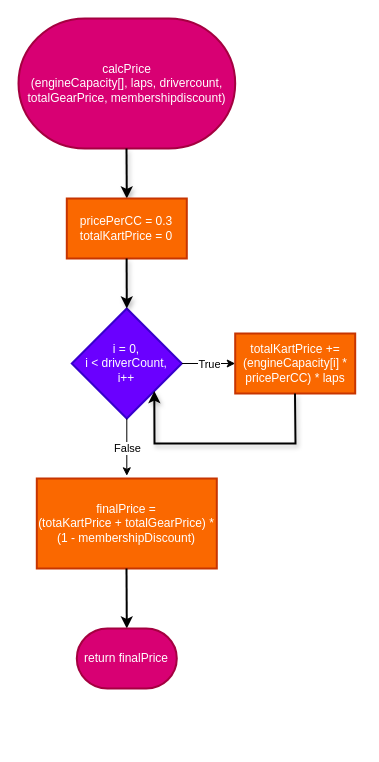
Earlier version of the draw.io diagram Flowcharts (draw.io)/22. calculatePrice.drawio (shahxvi/csc126-group-project). Source tidied: cells renumbered, new cells numbered last; positions are measured from the earlier drawing's top-left corner, leaving out a move shared by most shapes. Both pictures are drawn from the tidied source at 100%, with x=0, y=0 at pixel (18, 18).
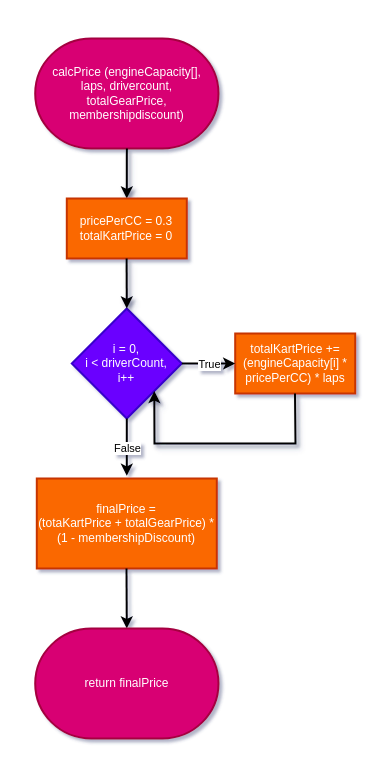
After the change.

The edit, as a diff of the source:
```diff
@@
-<mxGraphModel>
+<mxGraphModel shadow="1">
   <root>
     <mxCell id="0" />
     <mxCell id="1" parent="0" />
-    <mxCell id="2" value="calcPrice&lt;br&gt;(engineCapacity[], laps, drivercount, totalGearPrice, membershipdiscount)" style="strokeWidth=2;html=1;shape=mxgraph.flowchart.terminator;whiteSpace=wrap;fillColor=#d80073;fontColor=#ffffff;strokeColor=#A50040;" parent="1" vertex="1">
-      <mxGeometry width="216.7" height="130" as="geometry" />
+    <mxCell id="2" value="calcPrice (engineCapacity[],&lt;br&gt;laps, drivercount,&lt;br&gt;totalGearPrice, membershipdiscount)" style="strokeWidth=2;html=1;shape=mxgraph.flowchart.terminator;whiteSpace=wrap;fillColor=#d80073;fontColor=#ffffff;strokeColor=#A50040;" parent="1" vertex="1">
+      <mxGeometry x="16.7" y="20" width="183.3" height="110" as="geometry" />
     </mxCell>
-    <mxCell id="3" style="edgeStyle=none;html=1;strokeWidth=2;shadow=1;entryX=0.5;entryY=0;entryDx=0;entryDy=0;" parent="1" edge="1" target="6">
-      <mxGeometry relative="1" as="geometry">
-        <mxPoint x="108" y="130" as="sourcePoint" />
-      </mxGeometry>
+    <mxCell id="3" style="edgeStyle=none;html=1;strokeWidth=2;shadow=1;entryX=0.5;entryY=0;entryDx=0;entryDy=0;exitX=0.5;exitY=1;exitDx=0;exitDy=0;exitPerimeter=0;" parent="1" edge="1" source="2" target="6">
+      <mxGeometry relative="1" as="geometry" />
     </mxCell>
     <mxCell id="4" value="totalKartPrice += (engineCapacity[i] * pricePerCC) * laps" style="whiteSpace=wrap;html=1;strokeWidth=2;fillColor=#fa6800;fontColor=#FFFFFF;strokeColor=#C73500;" parent="1" vertex="1">
       <mxGeometry x="216.7" y="315" width="120" height="60" as="geometry" />
     </mxCell>
     <mxCell id="5" value="i = 0,&lt;br&gt;i &amp;lt; driverCount,&lt;br&gt;i++" style="rhombus;whiteSpace=wrap;html=1;strokeWidth=2;fillColor=#6a00ff;fontColor=#ffffff;strokeColor=#3700CC;" parent="1" vertex="1">
       <mxGeometry x="53.3" y="290" width="110" height="110" as="geometry" />
     </mxCell>
     <mxCell id="6" value="pricePerCC = 0.3&lt;br&gt;totalKartPrice = 0" style="whiteSpace=wrap;html=1;strokeWidth=2;fillColor=#fa6800;fontColor=#FFFFFF;strokeColor=#C73500;" parent="1" vertex="1">
       <mxGeometry x="48.3" y="180" width="120" height="60" as="geometry" />
     </mxCell>
     <mxCell id="7" style="edgeStyle=none;html=1;strokeWidth=2;shadow=1;entryX=0.5;entryY=0;entryDx=0;entryDy=0;" parent="1" edge="1" target="5">
       <mxGeometry relative="1" as="geometry">
         <mxPoint x="108.1" y="240" as="sourcePoint" />
       </mxGeometry>
     </mxCell>
     <mxCell id="8" value="finalPrice =&lt;br&gt;(totaKartPrice + totalGearPrice) *&lt;br&gt;(1 - membershipDiscount)" style="whiteSpace=wrap;html=1;strokeWidth=2;fillColor=#fa6800;fontColor=#FFFFFF;strokeColor=#C73500;" parent="1" vertex="1">
       <mxGeometry x="18.3" y="460" width="180" height="90" as="geometry" />
     </mxCell>
-    <mxCell id="9" style="edgeStyle=none;html=1;strokeWidth=2;entryX=0.5;entryY=0;entryDx=0;entryDy=0;entryPerimeter=0;" parent="1" edge="1" target="10">
+    <mxCell id="9" style="edgeStyle=none;html=1;strokeWidth=2;entryX=0.5;entryY=0;entryDx=0;entryDy=0;entryPerimeter=0;" parent="1" edge="1">
       <mxGeometry relative="1" as="geometry">
         <mxPoint x="108" y="550" as="sourcePoint" />
+        <mxPoint x="108.3" y="610" as="targetPoint" />
       </mxGeometry>
     </mxCell>
-    <mxCell id="10" value="return finalPrice" style="strokeWidth=2;html=1;shape=mxgraph.flowchart.terminator;whiteSpace=wrap;fillColor=#d80073;fontColor=#ffffff;strokeColor=#A50040;" parent="1" vertex="1">
-      <mxGeometry x="58.3" y="610" width="100" height="60" as="geometry" />
-    </mxCell>
     <mxCell id="11" style="edgeStyle=none;html=1;strokeWidth=2;shadow=1;rounded=0;curved=0;entryX=1;entryY=1;entryDx=0;entryDy=0;" parent="1" edge="1" target="5">
       <mxGeometry relative="1" as="geometry">
         <mxPoint x="276.5" y="375" as="sourcePoint" />
         <Array as="points">
           <mxPoint x="277" y="425" />
           <mxPoint x="136" y="425" />
         </Array>
       </mxGeometry>
     </mxCell>
-    <mxCell id="12" style="endArrow=classic;html=1;exitX=1;exitY=0.5;exitDx=0;exitDy=0;entryX=0;entryY=0.5;entryDx=0;entryDy=0;" parent="1" edge="1" source="5" target="4">
+    <mxCell id="12" style="endArrow=classic;html=1;exitX=1;exitY=0.5;exitDx=0;exitDy=0;entryX=0;entryY=0.5;entryDx=0;entryDy=0;strokeWidth=2;" parent="1" edge="1" source="5" target="4">
       <mxGeometry relative="1" as="geometry" />
     </mxCell>
     <mxCell id="13" value="True" style="edgeLabel;html=1;align=center;verticalAlign=middle;" parent="12" vertex="1">
       <mxGeometry relative="1" as="geometry" />
     </mxCell>
-    <mxCell id="14" style="endArrow=classic;html=1;exitX=0.5;exitY=1;exitDx=0;exitDy=0;entryX=0.5;entryY=-0.03;entryDx=0;entryDy=0;entryPerimeter=0;" parent="1" edge="1" source="5" target="8">
+    <mxCell id="14" style="endArrow=classic;html=1;exitX=0.5;exitY=1;exitDx=0;exitDy=0;entryX=0.5;entryY=-0.03;entryDx=0;entryDy=0;entryPerimeter=0;strokeWidth=2;" parent="1" edge="1" source="5" target="8">
       <mxGeometry relative="1" as="geometry" />
     </mxCell>
     <mxCell id="15" value="False" style="edgeLabel;html=1;align=center;verticalAlign=middle;" parent="14" vertex="1">
       <mxGeometry relative="1" as="geometry" />
     </mxCell>
+    <mxCell id="10" value="return finalPrice" style="strokeWidth=2;html=1;shape=mxgraph.flowchart.terminator;whiteSpace=wrap;fillColor=#d80073;fontColor=#ffffff;strokeColor=#A50040;" parent="1" vertex="1">
+      <mxGeometry x="16.7" y="610" width="183.3" height="110" as="geometry" />
+    </mxCell>
   </root>
 </mxGraphModel>
```
